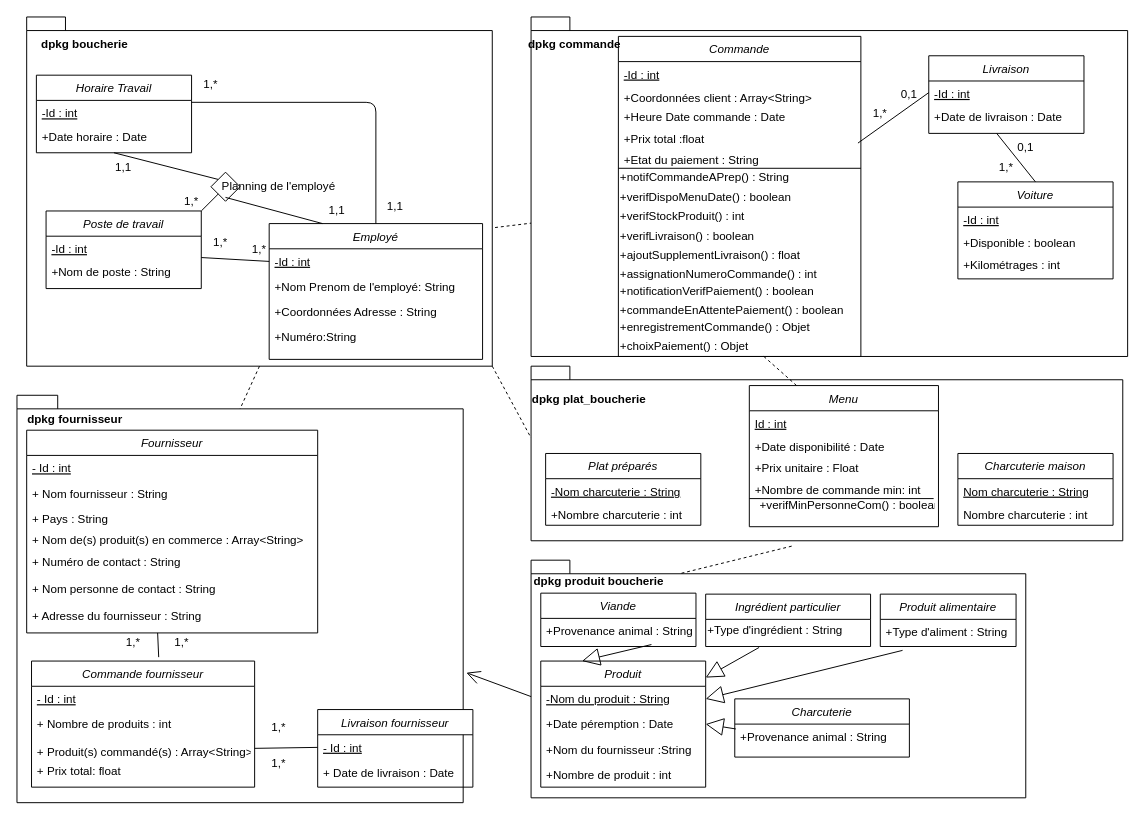
The draw.io diagram diagramme_classe_package.drawio in NHatim/aca, before the edit. Source tidied: cells renumbered, new cells numbered last; positions are measured from the earlier drawing's top-left corner, leaving out a move shared by most shapes. Both pictures are drawn from the tidied source at 97%, with x=0, y=0 at pixel (16, 16).
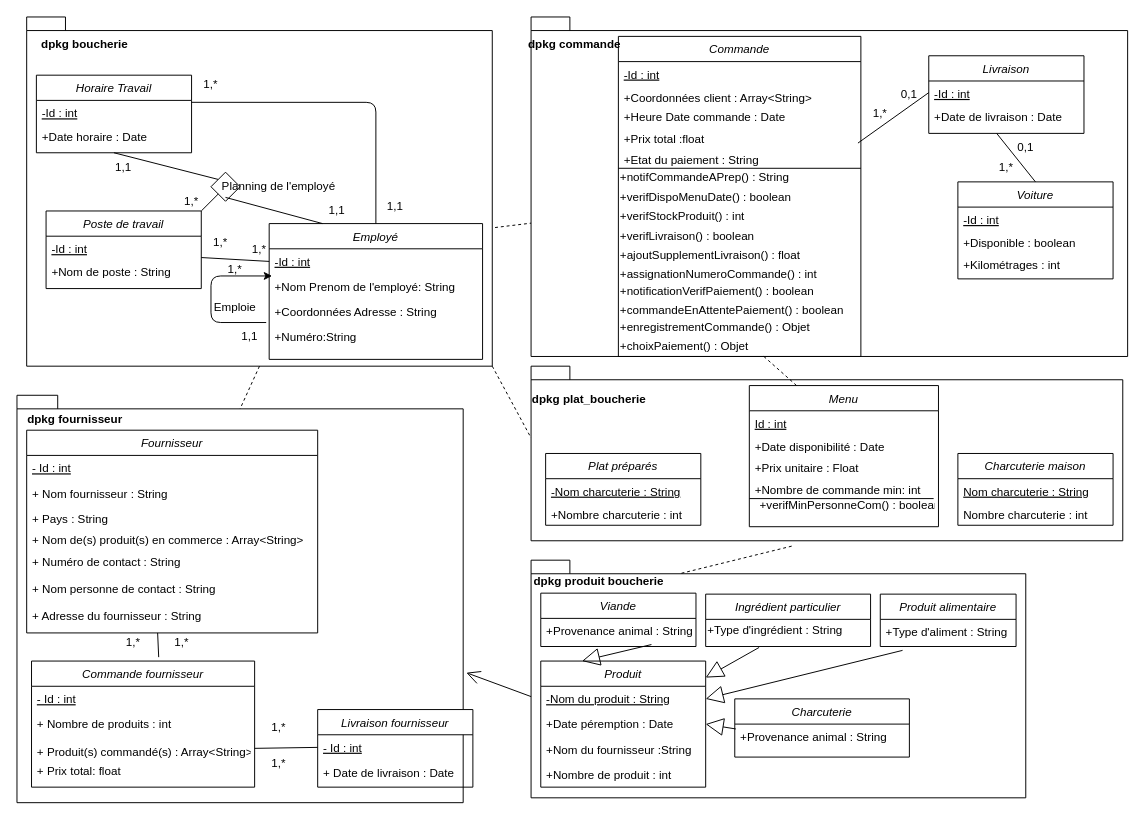
Above is the later version.

Unchanged cells that the change refers to:
```xml
<mxCell id="25" value="Employé" style="swimlane;fontStyle=2;align=center;verticalAlign=top;horizontal=1;startSize=26;rounded=0;shadow=0;strokeWidth=1;" parent="1" vertex="1">
  <mxGeometry x="260" y="213" width="220" height="140" as="geometry" />
</mxCell>
<mxCell id="29" value="+Numéro:String " style="text;align=left;verticalAlign=top;spacingLeft=4;spacingRight=4;overflow=hidden;points=[[0,0.5],[1,0.5]];portConstraint=eastwest;" parent="25" vertex="1">
  <mxGeometry y="104" width="220" height="26" as="geometry" />
</mxCell>
```

The edit, as a diff of the source:
```diff
@@
+    <mxCell id="126" style="endArrow=classic;html=1;exitX=-0.014;exitY=-0.077;exitDx=0;exitDy=0;exitPerimeter=0;" parent="25" edge="1" source="29">
+      <mxGeometry relative="1" as="geometry">
+        <mxPoint x="3" y="54" as="targetPoint" />
+        <Array as="points">
+          <mxPoint x="-60" y="102" />
+          <mxPoint x="-60" y="54" />
+        </Array>
+      </mxGeometry>
+    </mxCell>
@@
+    <mxCell id="127" value="1,1" style="text;html=1;strokeColor=none;fillColor=none;align=center;verticalAlign=middle;whiteSpace=wrap;rounded=0;" parent="1" vertex="1">
+      <mxGeometry x="220" y="320" width="40" height="20" as="geometry" />
+    </mxCell>
+    <mxCell id="128" value="1,*" style="text;html=1;strokeColor=none;fillColor=none;align=center;verticalAlign=middle;whiteSpace=wrap;rounded=0;" parent="1" vertex="1">
+      <mxGeometry x="205" y="250" width="40" height="20" as="geometry" />
+    </mxCell>
+    <mxCell id="129" value="Emploie" style="text;html=1;strokeColor=none;fillColor=none;align=center;verticalAlign=middle;whiteSpace=wrap;rounded=0;" parent="1" vertex="1">
+      <mxGeometry x="205" y="290" width="40" height="20" as="geometry" />
+    </mxCell>
```
